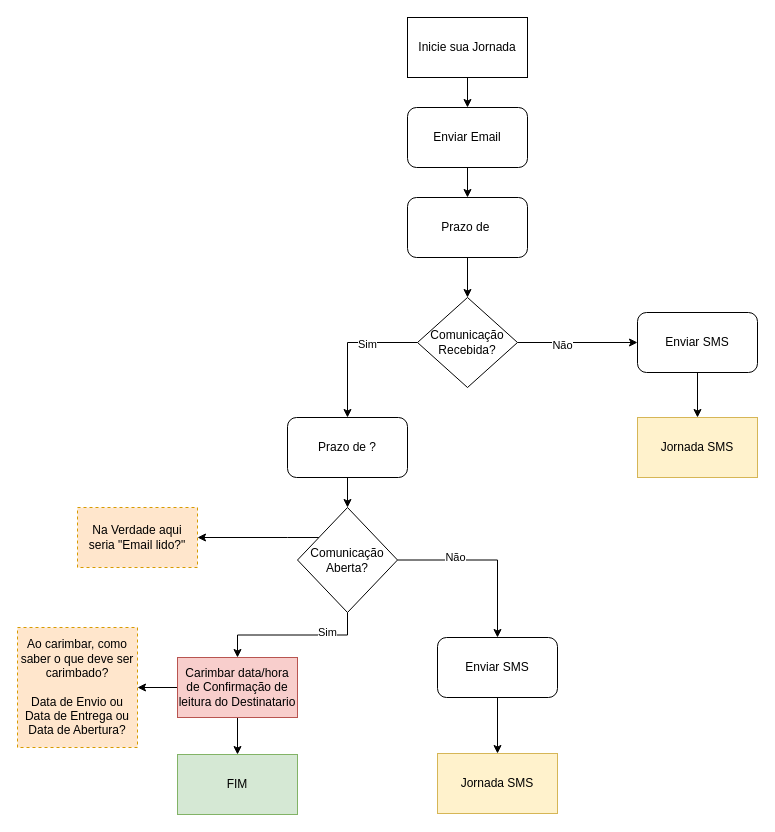
Before: page "Desenho Jornada Email" (3 of 8) of Diagrama Carimbo.drawio in caio-bueno/draws-valid, a draw.io diagram. Source tidied: cells renumbered, new cells numbered last; positions are measured from the earlier drawing's top-left corner, leaving out a move shared by most shapes. Both pictures are drawn from the tidied source at 100%, with x=0, y=0 at pixel (17, 17).
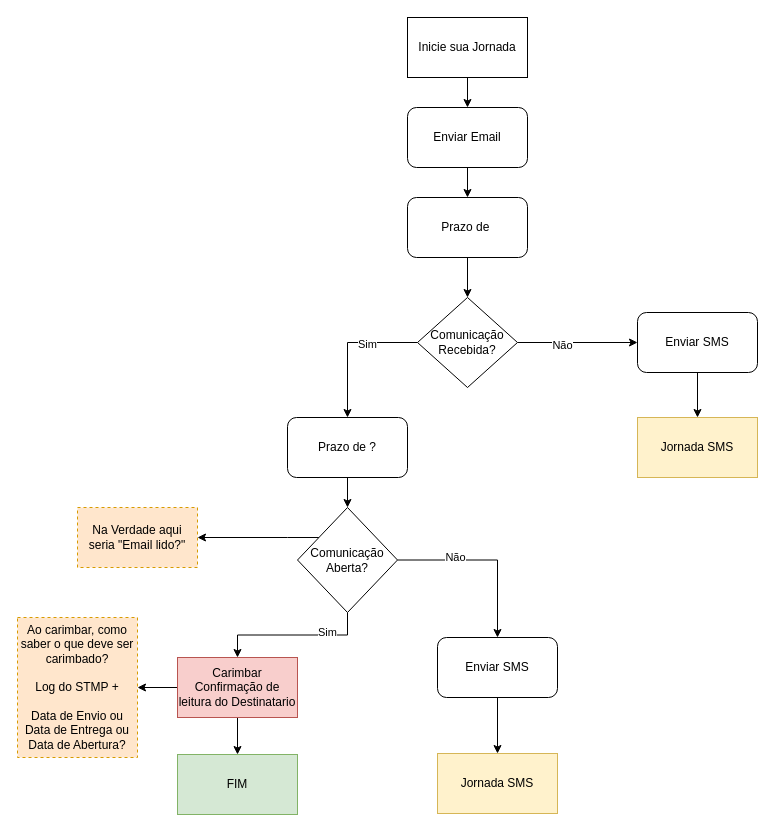
After the change.

The edit, as a diff of the source:
```diff
@@
-    <mxCell id="30" value="Carimbar data/hora de Confirmação de leitura do Destinatario" style="rounded=0;whiteSpace=wrap;html=1;fillColor=#f8cecc;strokeColor=#b85450;" parent="1" vertex="1">
+    <mxCell id="30" value="Carimbar Confirmação de leitura do Destinatario" style="rounded=0;whiteSpace=wrap;html=1;fillColor=#f8cecc;strokeColor=#b85450;" parent="1" vertex="1">
       <mxGeometry x="160" y="640" width="120" height="60" as="geometry" />
     </mxCell>
@@
-    <mxCell id="32" value="Ao carimbar, como saber o que deve ser carimbado?&lt;div&gt;&lt;br&gt;&lt;/div&gt;&lt;div&gt;Data de Envio ou&lt;/div&gt;&lt;div&gt;Data de Entrega ou&lt;/div&gt;&lt;div&gt;Data de Abertura?&lt;/div&gt;" style="rounded=0;whiteSpace=wrap;html=1;fillColor=#ffe6cc;strokeColor=#d79b00;dashed=1;" parent="1" vertex="1">
-      <mxGeometry y="610" width="120" height="120" as="geometry" />
+    <mxCell id="32" value="Ao carimbar, como saber o que deve ser carimbado?&lt;div&gt;&lt;br&gt;&lt;/div&gt;&lt;div&gt;Log do STMP +&lt;/div&gt;&lt;div&gt;&lt;br&gt;&lt;/div&gt;&lt;div&gt;Data de Envio ou&lt;/div&gt;&lt;div&gt;Data de Entrega ou&lt;/div&gt;&lt;div&gt;Data de Abertura?&lt;/div&gt;" style="rounded=0;whiteSpace=wrap;html=1;fillColor=#ffe6cc;strokeColor=#d79b00;dashed=1;" parent="1" vertex="1">
+      <mxGeometry y="600" width="120" height="140" as="geometry" />
     </mxCell>
```
